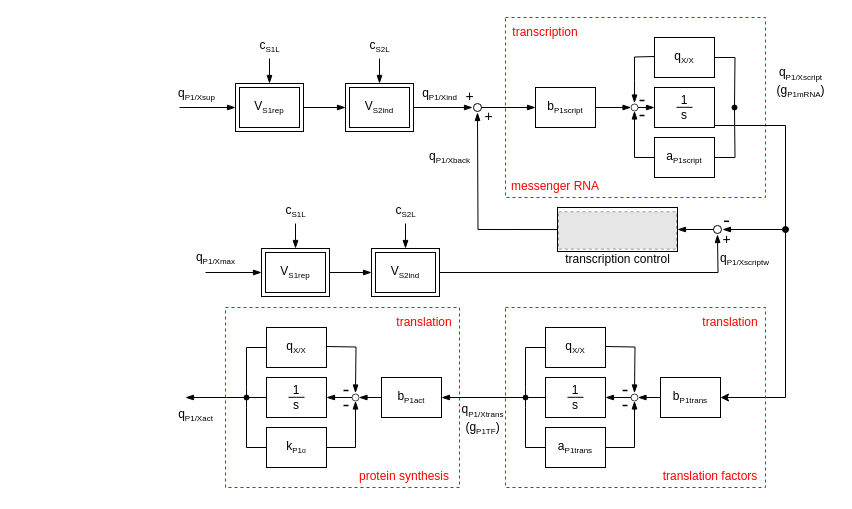
Before: ProteinExpression.drawio in Yumatlab/bioprocesssimulation, a draw.io diagram. Source tidied: cells renumbered, new cells numbered last; positions are measured from the earlier drawing's top-left corner, leaving out a move shared by most shapes. Both pictures are drawn from the tidied source at 100%, with x=0, y=0 at pixel (165, 17). Pictures stored in the file or linked from it are replaced by grey dashed boxes.
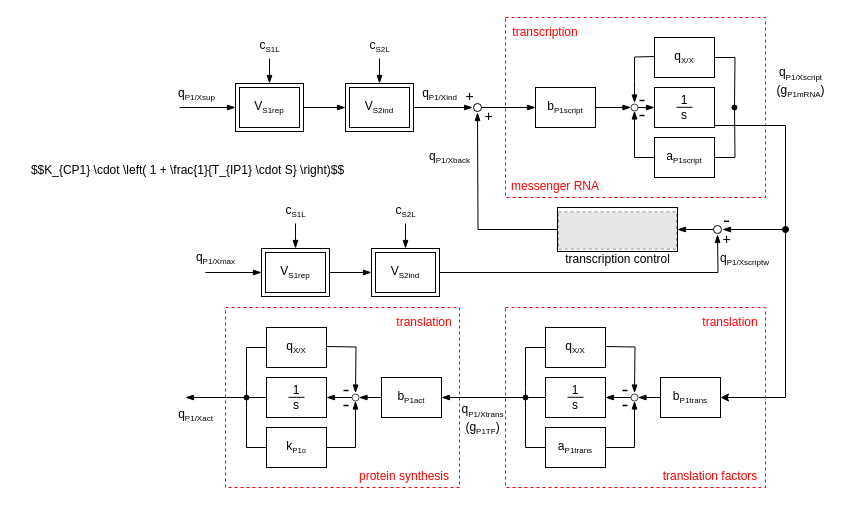
Above is the later version.

Diff of the diagram source:
```diff
@@
+    <mxCell id="99" value="&lt;div&gt;$$K_{CP1} \cdot \left( 1 + \frac{1}{T_{IP1} \cdot S} \right)$$&lt;/div&gt;" style="text;html=1;align=center;verticalAlign=middle;strokeColor=none;fillColor=none;" parent="1" vertex="1">
+      <mxGeometry x="-148" y="138" width="340" height="30" as="geometry" />
+    </mxCell>
```
